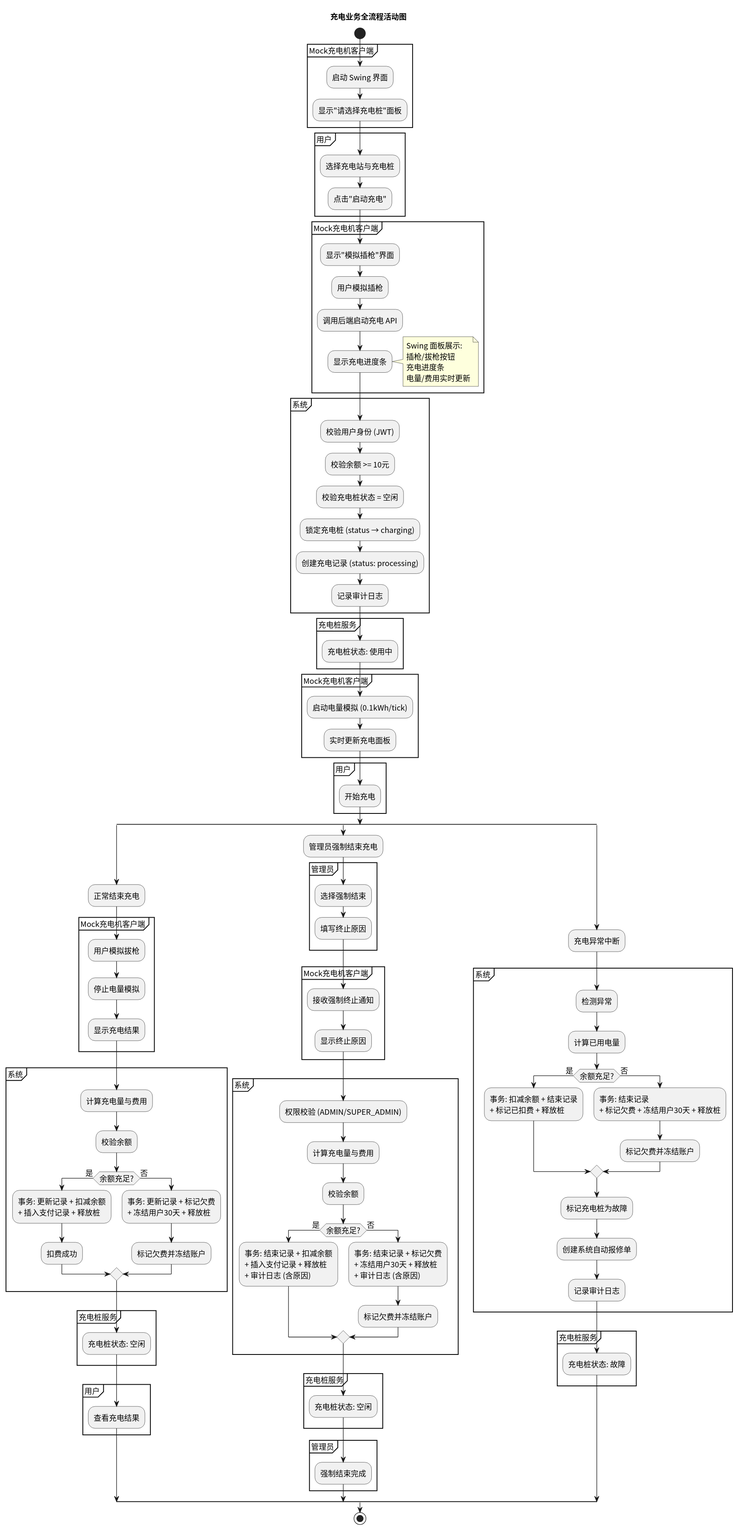
Earlier version of the PlantUML export activity/img/activity_charging.svg (greenhandzdl/charging-station-doc).
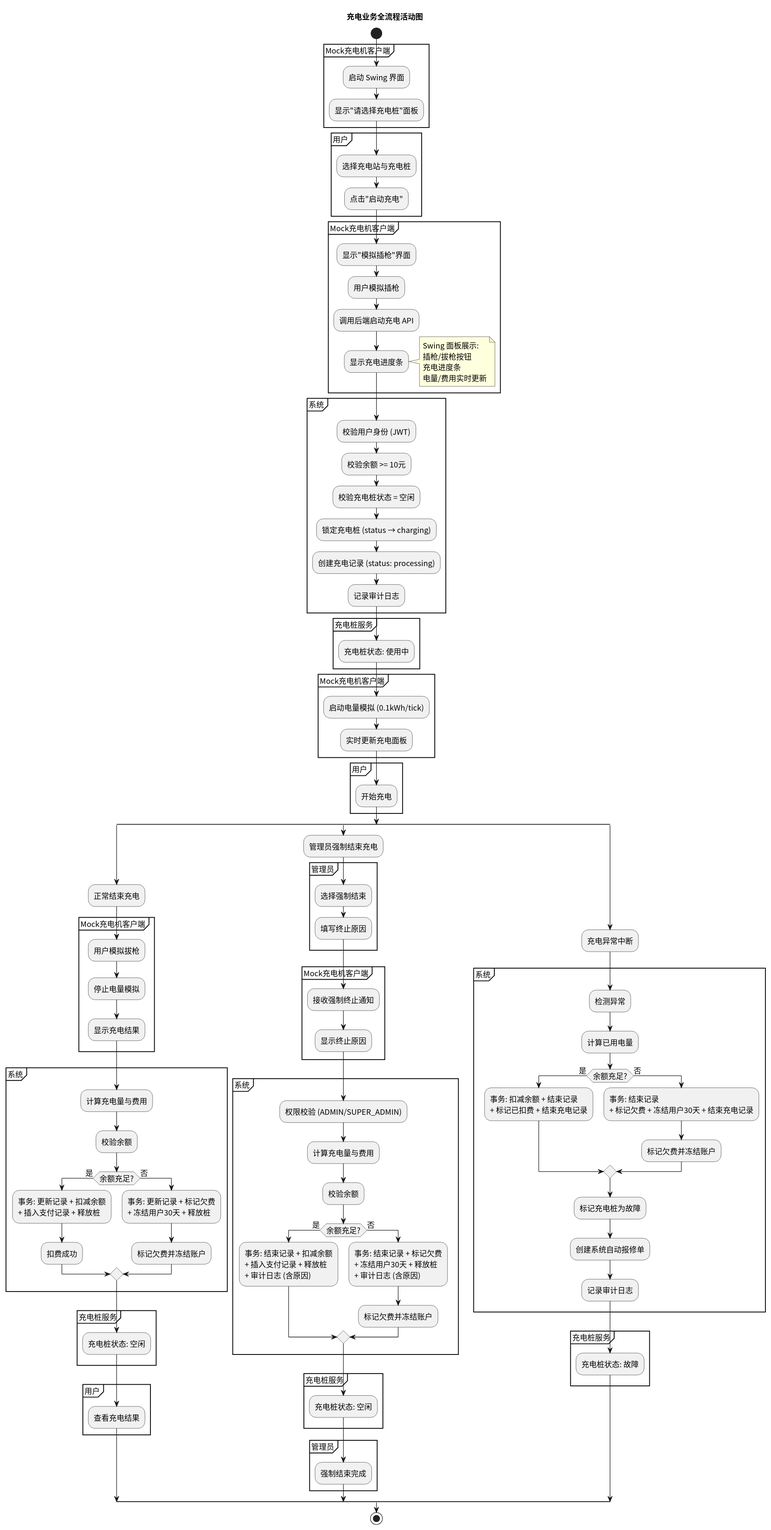
After the commit.

What changed in the source:
```diff
@@ -116,9 +116,9 @@
     :检测异常;
     :计算已用电量;
     if (余额充足?) then (是)
-      :事务: 扣减余额 + 结束记录\n+ 标记已扣费 + 释放桩;
+      :事务: 扣减余额 + 结束记录\n+ 标记已扣费 + 结束充电记录;
     else (否)
-      :事务: 结束记录\n+ 标记欠费 + 冻结用户30天 + 释放桩;
+      :事务: 结束记录\n+ 标记欠费 + 冻结用户30天 + 结束充电记录;
       :标记欠费并冻结账户;
     endif
     :标记充电桩为故障;
```
